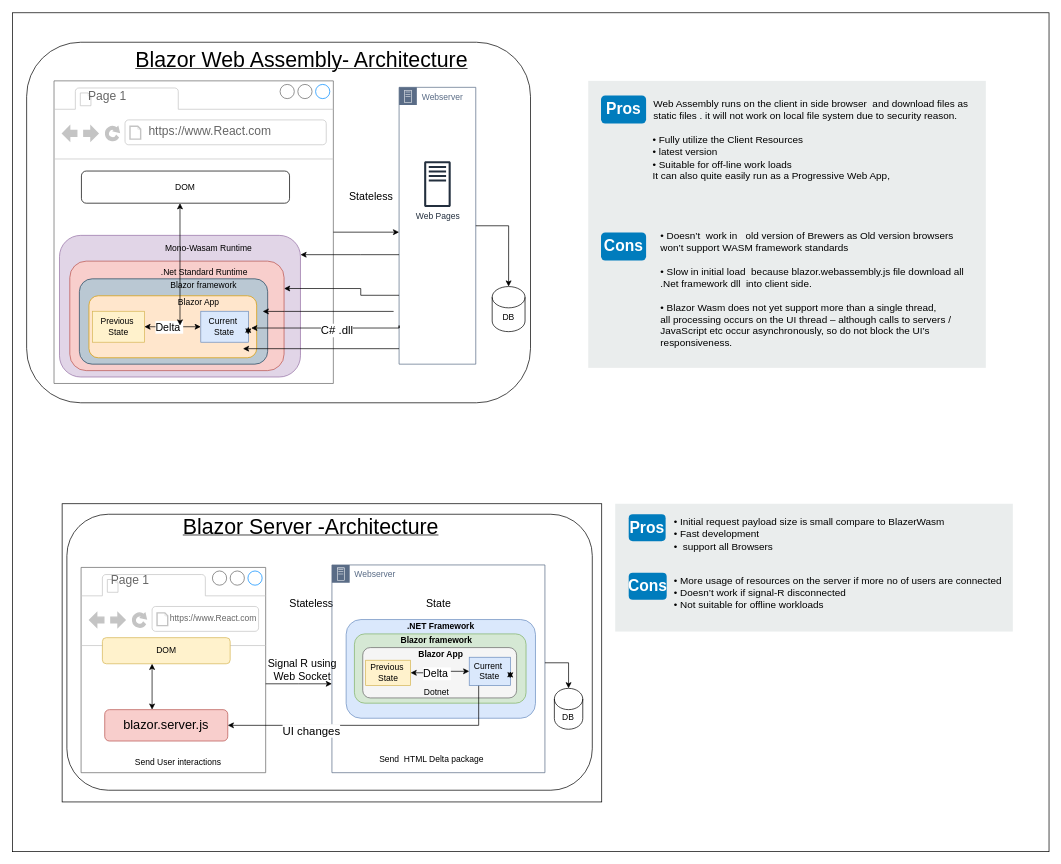
The draw.io diagram page "Blazor Hosting Model" (2 of 6) of Untitled Diagram.drawio in KollaRajesh/AzTech-Blazor, before the edit. Source tidied: cells renumbered, new cells numbered last; positions are measured from the earlier drawing's top-left corner, leaving out a move shared by most shapes. Both pictures are drawn from the tidied source at 71%, with x=0, y=0 at pixel (12, 13).
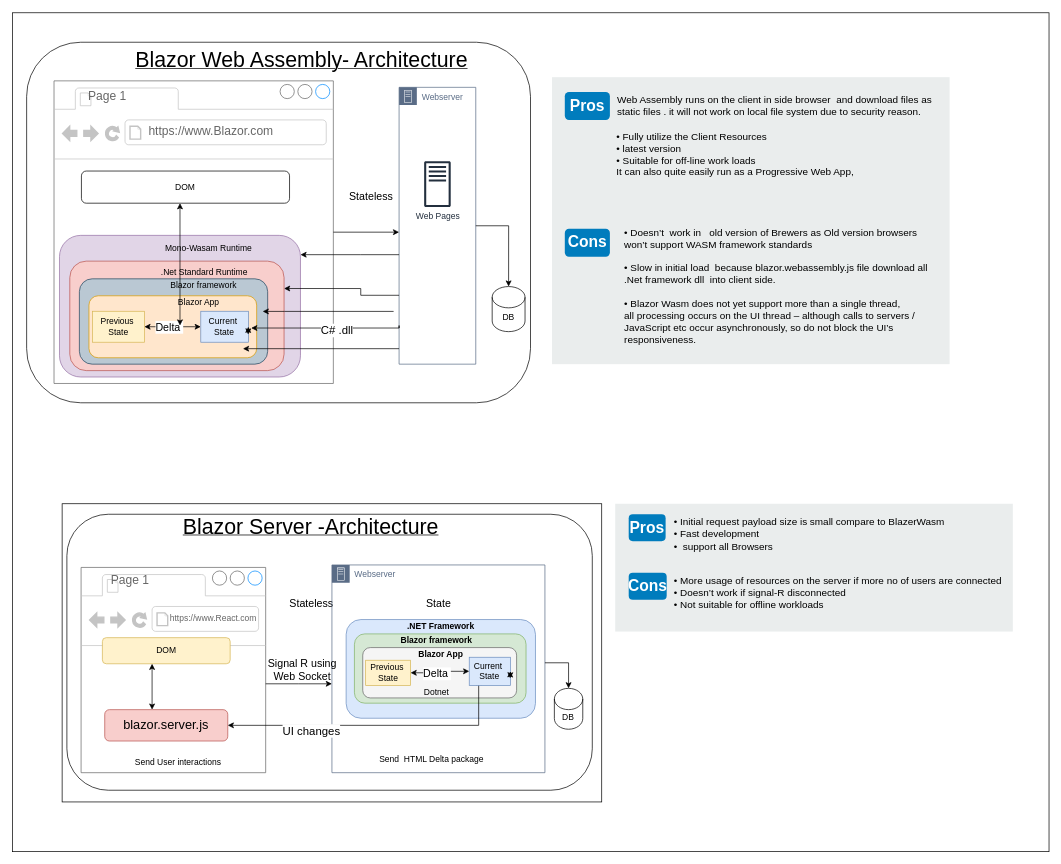
Above is the later version.

The change refers to these unchanged cells:
```xml
<mxCell id="2" style="group;" parent="1" vertex="1">
  <mxGeometry x="20" y="41" width="1440" height="1140" as="geometry" />
</mxCell>
<mxCell id="13" style="strokeWidth=1;shadow=0;dashed=0;align=center;html=1;shape=mxgraph.mockup.containers.browserWindow;rSize=0;strokeColor=#666666;strokeColor2=#008cff;strokeColor3=#c4c4c4;mainText=,;" parent="2" vertex="1">
  <mxGeometry x="38.6" y="54.4" width="393.4" height="426.2" as="geometry" />
</mxCell>
```

Change to the diagram source:
```diff
@@
-    <mxCell id="15" value="https://www.React.com" style="strokeWidth=1;shadow=0;dashed=0;align=center;html=1;shape=mxgraph.mockup.containers.anchor;rSize=0;fontSize=17;fontColor=#666666;align=left;" parent="13" vertex="1">
+    <mxCell id="15" value="https://www.Blazor.com" style="strokeWidth=1;shadow=0;dashed=0;align=center;html=1;shape=mxgraph.mockup.containers.anchor;rSize=0;fontSize=17;fontColor=#666666;align=left;" parent="13" vertex="1">
       <mxGeometry x="131.1" y="59.6" width="192.9" height="23.6" as="geometry" />
     </mxCell>
@@
     <mxCell id="38" style="rounded=0;whiteSpace=wrap;html=1;fillColor=#EAEDED;fontSize=22;fontColor=#FFFFFF;strokeColor=none;labelBackgroundColor=none;" parent="2" vertex="1">
-      <mxGeometry x="791" y="54.4" width="560" height="404.2" as="geometry" />
+      <mxGeometry x="740" y="49.2" width="560" height="404.2" as="geometry" />
     </mxCell>
     <mxCell id="39" value="Pros" style="rounded=1;whiteSpace=wrap;html=1;fillColor=#007CBD;strokeColor=none;fontColor=#FFFFFF;fontStyle=1;fontSize=22;labelBackgroundColor=none;" parent="2" vertex="1">
-      <mxGeometry x="809" y="75.1" width="63.5" height="39.4" as="geometry" />
+      <mxGeometry x="758" y="70" width="63.5" height="39.4" as="geometry" />
     </mxCell>
     <mxCell id="40" value="Cons" style="rounded=1;whiteSpace=wrap;html=1;fillColor=#007CBD;strokeColor=none;fontColor=#FFFFFF;fontStyle=1;fontSize=22;labelBackgroundColor=none;" parent="2" vertex="1">
-      <mxGeometry x="809" y="267.9" width="63.5" height="39.4" as="geometry" />
+      <mxGeometry x="758" y="262.7" width="63.5" height="39.4" as="geometry" />
     </mxCell>
     <mxCell id="41" value="Web Assembly runs on the client in side browser&amp;nbsp; and download files as static files . it will not work on local file system due to security reason." style="text;html=1;align=left;verticalAlign=top;spacingTop=-4;fontSize=14;labelBackgroundColor=none;whiteSpace=wrap;" parent="2" vertex="1">
-      <mxGeometry x="881" y="75.1" width="449" height="144.9" as="geometry" />
+      <mxGeometry x="830" y="70" width="449" height="144.9" as="geometry" />
     </mxCell>
     <mxCell id="42" value="&lt;div&gt;•&lt;span&gt; &lt;/span&gt;Fully utilize the Client Resources&amp;nbsp;&lt;/div&gt;&lt;div&gt;•&lt;span&gt; &lt;/span&gt;latest version&amp;nbsp;&lt;/div&gt;&lt;div&gt;•&lt;span&gt; &lt;/span&gt;Suitable for off-line work loads&lt;/div&gt;&lt;div&gt;It can also quite easily run as a Progressive Web App,&lt;br&gt;&lt;/div&gt;" style="text;html=1;align=left;verticalAlign=top;spacingTop=-4;fontSize=14;labelBackgroundColor=none;whiteSpace=wrap;" parent="2" vertex="1">
-      <mxGeometry x="880" y="127" width="450" height="77.7" as="geometry" />
+      <mxGeometry x="829" y="121.8" width="450" height="77.7" as="geometry" />
     </mxCell>
     <mxCell id="43" value="&lt;div&gt;•&lt;span&gt; &lt;/span&gt;Doesn’t&amp;nbsp; work in&amp;nbsp; &amp;nbsp;old version of Brewers as Old version browsers won’t support WASM framework standards&amp;nbsp;&lt;/div&gt;&lt;div&gt;&lt;br&gt;&lt;/div&gt;&lt;div&gt;•&lt;span&gt; &lt;/span&gt;Slow in initial load&amp;nbsp; because&amp;nbsp;blazor.webassembly.js file download all .Net framework dll&amp;nbsp; into client side.&lt;/div&gt;&lt;div&gt;&lt;br&gt;&lt;/div&gt;•&amp;nbsp;&lt;span&gt;Blazor Wasm does not yet support more than a single thread,&lt;br&gt;&lt;/span&gt;all processing occurs on the UI thread – although calls to servers / JavaScript etc occur asynchronously, so do not block the UI’s responsiveness.&lt;br&gt;&lt;div&gt;&lt;br&gt;&lt;/div&gt;" style="text;html=1;align=left;verticalAlign=top;spacingTop=-4;fontSize=14;labelBackgroundColor=none;whiteSpace=wrap;" parent="2" vertex="1">
-      <mxGeometry x="891" y="261.7" width="450" height="121.3" as="geometry" />
+      <mxGeometry x="840" y="256.5" width="450" height="121.3" as="geometry" />
     </mxCell>
```
